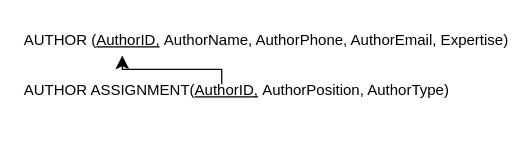
This is Relational_DB_schema.drawio from S0ra1n0/Database_Programming, a draw.io file, before an edit. Source tidied: cells renumbered, new cells numbered last; positions are measured from the earlier drawing's top-left corner, leaving out a move shared by most shapes. Both pictures are drawn from the tidied source at 125%, with x=0, y=0 at pixel (21, 21).
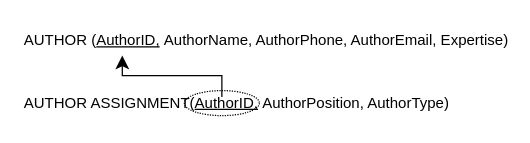
Above is the later version.

Commit message (it also covers changes not shown here):
Cập nhật Relational_DB_schema.drawio

What changed in the source:
```diff
@@
 <mxGraphModel>
   <root>
     <mxCell id="0" />
     <mxCell id="1" parent="0" />
     <mxCell id="2" value="AUTHOR (&lt;u&gt;AuthorID,&lt;/u&gt;&amp;nbsp;AuthorName, AuthorPhone, AuthorEmail, Expertise)" style="text;html=1;whiteSpace=wrap;strokeColor=none;fillColor=none;align=left;verticalAlign=middle;rounded=0;" parent="1" vertex="1">
       <mxGeometry width="390" height="30" as="geometry" />
     </mxCell>
+    <mxCell id="5" style="ellipse;whiteSpace=wrap;html=1;align=center;dashed=1;dashPattern=1 1;fillColor=none;" parent="1" vertex="1">
+      <mxGeometry x="130" y="55" width="60" height="20" as="geometry" />
+    </mxCell>
     <mxCell id="3" value="AUTHOR ASSIGNMENT(&lt;u&gt;AuthorID,&lt;/u&gt;&amp;nbsp;AuthorPosition, AuthorType)" style="text;html=1;whiteSpace=wrap;strokeColor=none;fillColor=none;align=left;verticalAlign=middle;rounded=0;" parent="1" vertex="1">
-      <mxGeometry y="40" width="390" height="30" as="geometry" />
+      <mxGeometry y="50" width="390" height="30" as="geometry" />
     </mxCell>
-    <mxCell id="4" style="elbow=vertical;endArrow=classic;html=1;rounded=0;endSize=8;startSize=8;edgeStyle=elbowEdgeStyle;exitX=0.41;exitY=0.333;exitDx=0;exitDy=0;exitPerimeter=0;entryX=0.206;entryY=0.897;entryDx=0;entryDy=0;entryPerimeter=0;" parent="1" edge="1" source="3" target="2">
-      <mxGeometry relative="1" as="geometry" />
+    <mxCell id="4" style="elbow=vertical;endArrow=classic;html=1;rounded=0;endSize=8;startSize=8;edgeStyle=elbowEdgeStyle;entryX=0.206;entryY=0.897;entryDx=0;entryDy=0;entryPerimeter=0;" parent="1" edge="1" target="2">
+      <mxGeometry relative="1" as="geometry">
+        <mxPoint x="160" y="60" as="sourcePoint" />
+      </mxGeometry>
     </mxCell>
   </root>
 </mxGraphModel>
```
